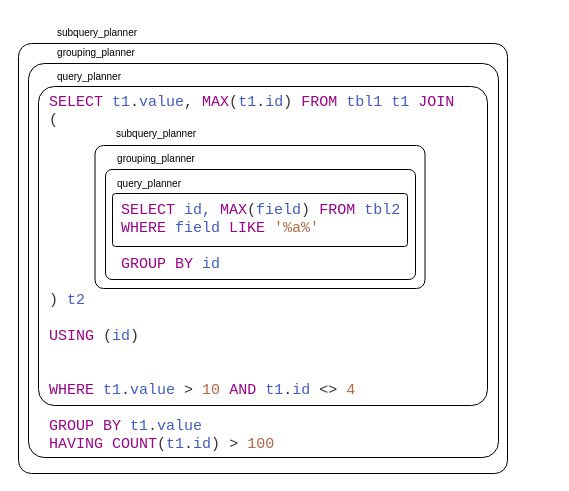
Above: PGBootcamp2024/debugging-postgres-planner/img/source-code-query-correlation.drawio in ashenBlade/tantor-pg-meetups (draw.io), before the change. Source tidied: cells renumbered, new cells numbered last; positions are measured from the earlier drawing's top-left corner, leaving out a move shared by most shapes. Both pictures are drawn from the tidied source at 100%, with x=0, y=0 at pixel (18, 17).
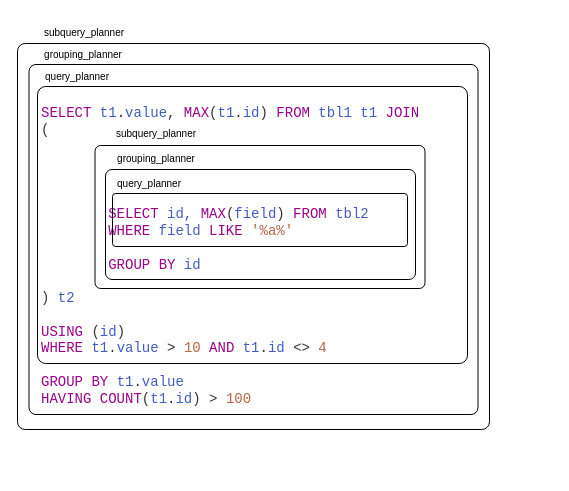
The same diagram, later.

The edit, as a diff of the source:
```diff
@@
 <mxGraphModel>
   <root>
     <mxCell id="0" />
     <mxCell id="1" parent="0" />
+    <mxCell id="9" value="&lt;div style=&quot;font-size: 14px;&quot;&gt;&lt;span style=&quot;background-color: initial; font-size: 14px;&quot;&gt;&lt;font color=&quot;#990488&quot; style=&quot;font-size: 14px;&quot;&gt;SELECT&lt;/font&gt; &lt;font color=&quot;#425dc0&quot; style=&quot;font-size: 14px;&quot;&gt;t1&lt;/font&gt;&lt;font color=&quot;#333333&quot; style=&quot;font-size: 14px;&quot;&gt;.&lt;/font&gt;&lt;font color=&quot;#425dc0&quot; style=&quot;font-size: 14px;&quot;&gt;value&lt;/font&gt;&lt;font color=&quot;#333333&quot; style=&quot;font-size: 14px;&quot;&gt;,&lt;/font&gt;&lt;font color=&quot;#990488&quot; style=&quot;font-size: 14px;&quot;&gt; MAX&lt;/font&gt;&lt;font color=&quot;#333333&quot; style=&quot;font-size: 14px;&quot;&gt;(&lt;/font&gt;&lt;font color=&quot;#425dc0&quot; style=&quot;font-size: 14px;&quot;&gt;t1&lt;/font&gt;&lt;font color=&quot;#333333&quot; style=&quot;font-size: 14px;&quot;&gt;.&lt;/font&gt;&lt;font color=&quot;#425dc0&quot; style=&quot;font-size: 14px;&quot;&gt;id&lt;/font&gt;&lt;font color=&quot;#333333&quot; style=&quot;font-size: 14px;&quot;&gt;)&lt;/font&gt;&lt;font color=&quot;#990488&quot; style=&quot;font-size: 14px;&quot;&gt; FROM&lt;/font&gt; &lt;font color=&quot;#425dc0&quot; style=&quot;font-size: 14px;&quot;&gt;tbl1 t1&lt;/font&gt;&lt;font color=&quot;#990488&quot; style=&quot;font-size: 14px;&quot;&gt;&amp;nbsp;&lt;/font&gt;&lt;/span&gt;&lt;span style=&quot;color: rgb(153, 4, 136); background-color: initial; font-size: 14px;&quot;&gt;JOIN&lt;/span&gt;&lt;/div&gt;&lt;font color=&quot;#333333&quot; style=&quot;font-size: 14px;&quot;&gt;(&lt;/font&gt;&lt;div style=&quot;font-size: 14px;&quot;&gt;&lt;font color=&quot;#333333&quot; style=&quot;font-size: 14px;&quot;&gt;&lt;br style=&quot;font-size: 14px;&quot;&gt;&lt;/font&gt;&lt;div style=&quot;font-size: 14px;&quot;&gt;&lt;font color=&quot;#333333&quot; style=&quot;font-size: 14px;&quot;&gt;&lt;br style=&quot;font-size: 14px;&quot;&gt;&lt;/font&gt;&lt;/div&gt;&lt;div style=&quot;font-size: 14px;&quot;&gt;&lt;font color=&quot;#333333&quot; style=&quot;font-size: 14px;&quot;&gt;&lt;br style=&quot;font-size: 14px;&quot;&gt;&lt;/font&gt;&lt;div style=&quot;font-size: 14px;&quot;&gt;&lt;font color=&quot;#990488&quot; style=&quot;background-color: initial; font-size: 14px;&quot;&gt;&lt;br style=&quot;font-size: 14px;&quot;&gt;&lt;/font&gt;&lt;/div&gt;&lt;div style=&quot;font-size: 14px;&quot;&gt;&lt;font color=&quot;#990488&quot; style=&quot;background-color: initial; font-size: 14px;&quot;&gt;&lt;span style=&quot;white-space: pre; font-size: 14px;&quot;&gt;&#9;&lt;/span&gt;SELECT&lt;/font&gt;&lt;span style=&quot;background-color: initial; font-size: 14px;&quot;&gt; &lt;/span&gt;&lt;font color=&quot;#425dc0&quot; style=&quot;background-color: initial; font-size: 14px;&quot;&gt;id, &lt;/font&gt;&lt;font color=&quot;#990488&quot; style=&quot;background-color: initial; font-size: 14px;&quot;&gt;MAX&lt;/font&gt;&lt;font color=&quot;#333333&quot; style=&quot;background-color: initial; font-size: 14px;&quot;&gt;(&lt;/font&gt;&lt;font color=&quot;#425dc0&quot; style=&quot;background-color: initial; font-size: 14px;&quot;&gt;field&lt;/font&gt;&lt;font color=&quot;#333333&quot; style=&quot;background-color: initial; font-size: 14px;&quot;&gt;)&lt;/font&gt;&lt;span style=&quot;background-color: initial; font-size: 14px;&quot;&gt;&amp;nbsp;&lt;/span&gt;&lt;font color=&quot;#990488&quot; style=&quot;background-color: initial; font-size: 14px;&quot;&gt;FROM&lt;/font&gt;&lt;span style=&quot;background-color: initial; font-size: 14px;&quot;&gt; &lt;/span&gt;&lt;font color=&quot;#425dc0&quot; style=&quot;background-color: initial; font-size: 14px;&quot;&gt;tbl2&lt;/font&gt;&lt;span style=&quot;background-color: initial; font-size: 14px;&quot;&gt;&amp;nbsp;&lt;/span&gt;&lt;div style=&quot;font-size: 14px;&quot;&gt;&lt;div style=&quot;font-size: 14px;&quot;&gt;&lt;font color=&quot;#990488&quot; style=&quot;font-size: 14px;&quot;&gt;&lt;span style=&quot;white-space: pre; font-size: 14px;&quot;&gt;&#9;&lt;/span&gt;WHERE&lt;/font&gt;&lt;span style=&quot;background-color: initial; font-size: 14px;&quot;&gt;&amp;nbsp;&lt;/span&gt;&lt;font color=&quot;#425dc0&quot; style=&quot;background-color: initial; font-size: 14px;&quot;&gt;field &lt;/font&gt;&lt;font color=&quot;#990488&quot; style=&quot;background-color: initial; font-size: 14px;&quot;&gt;LIKE&lt;/font&gt;&lt;font color=&quot;#425dc0&quot; style=&quot;background-color: initial; font-size: 14px;&quot;&gt; &lt;/font&gt;&lt;font color=&quot;#b36844&quot; style=&quot;background-color: initial; font-size: 14px;&quot;&gt;'%a%'&lt;/font&gt;&lt;/div&gt;&lt;div style=&quot;font-size: 14px;&quot;&gt;&lt;br style=&quot;font-size: 14px;&quot;&gt;&lt;/div&gt;&lt;div style=&quot;font-size: 14px;&quot;&gt;&lt;font color=&quot;#990488&quot; style=&quot;font-size: 14px;&quot;&gt;&lt;span style=&quot;white-space: pre; font-size: 14px;&quot;&gt;&#9;&lt;/span&gt;GROUP BY&lt;/font&gt;&lt;font color=&quot;#425dc0&quot; style=&quot;font-size: 14px;&quot;&gt; id&lt;/font&gt;&lt;/div&gt;&lt;div style=&quot;font-size: 14px;&quot;&gt;&lt;font color=&quot;#333333&quot; style=&quot;background-color: initial; font-size: 14px;&quot;&gt;&lt;br style=&quot;font-size: 14px;&quot;&gt;&lt;/font&gt;&lt;/div&gt;&lt;div style=&quot;font-size: 14px;&quot;&gt;&lt;font color=&quot;#333333&quot; style=&quot;background-color: initial; font-size: 14px;&quot;&gt;)&lt;/font&gt;&lt;font color=&quot;#990488&quot; style=&quot;background-color: initial; font-size: 14px;&quot;&gt; &lt;/font&gt;&lt;font color=&quot;#425dc0&quot; style=&quot;background-color: initial; font-size: 14px;&quot;&gt;t2&lt;/font&gt;&lt;br style=&quot;font-size: 14px;&quot;&gt;&lt;/div&gt;&lt;div style=&quot;font-size: 14px;&quot;&gt;&lt;div style=&quot;font-size: 14px;&quot;&gt;&lt;font color=&quot;#990488&quot; style=&quot;font-size: 14px;&quot;&gt;&lt;br style=&quot;font-size: 14px;&quot;&gt;&lt;/font&gt;&lt;/div&gt;&lt;div style=&quot;font-size: 14px;&quot;&gt;&lt;font color=&quot;#990488&quot; style=&quot;font-size: 14px;&quot;&gt;USING &lt;/font&gt;&lt;font color=&quot;#333333&quot; style=&quot;font-size: 14px;&quot;&gt;(&lt;/font&gt;&lt;font color=&quot;#425dc0&quot; style=&quot;font-size: 14px;&quot;&gt;id&lt;/font&gt;&lt;font color=&quot;#333333&quot; style=&quot;font-size: 14px;&quot;&gt;)&lt;/font&gt;&lt;/div&gt;&lt;div style=&quot;font-size: 14px;&quot;&gt;&lt;font color=&quot;#990488&quot; style=&quot;font-size: 14px;&quot;&gt;WHERE &lt;/font&gt;&lt;font color=&quot;#425dc0&quot; style=&quot;font-size: 14px;&quot;&gt;t1&lt;/font&gt;&lt;font color=&quot;#333333&quot; style=&quot;font-size: 14px;&quot;&gt;.&lt;/font&gt;&lt;font color=&quot;#425dc0&quot; style=&quot;font-size: 14px;&quot;&gt;value&lt;/font&gt;&lt;font color=&quot;#990488&quot; style=&quot;font-size: 14px;&quot;&gt; &lt;/font&gt;&lt;font color=&quot;#333333&quot; style=&quot;font-size: 14px;&quot;&gt;&amp;gt;&lt;/font&gt;&lt;font color=&quot;#990488&quot; style=&quot;font-size: 14px;&quot;&gt; &lt;/font&gt;&lt;font color=&quot;#b36844&quot; style=&quot;font-size: 14px;&quot;&gt;10 &lt;/font&gt;&lt;font color=&quot;#990488&quot; style=&quot;font-size: 14px;&quot;&gt;AND&lt;/font&gt;&lt;font color=&quot;#b36844&quot; style=&quot;font-size: 14px;&quot;&gt; &lt;/font&gt;&lt;font color=&quot;#425dc0&quot; style=&quot;font-size: 14px;&quot;&gt;t1&lt;/font&gt;&lt;font color=&quot;#333333&quot; style=&quot;font-size: 14px;&quot;&gt;.&lt;/font&gt;&lt;font color=&quot;#425dc0&quot; style=&quot;font-size: 14px;&quot;&gt;id&lt;/font&gt;&lt;font color=&quot;#b36844&quot; style=&quot;font-size: 14px;&quot;&gt; &lt;/font&gt;&lt;font color=&quot;#333333&quot; style=&quot;font-size: 14px;&quot;&gt;&amp;lt;&amp;gt;&lt;/font&gt;&lt;font color=&quot;#b36844&quot; style=&quot;font-size: 14px;&quot;&gt; 4&lt;/font&gt;&lt;/div&gt;&lt;div style=&quot;font-size: 14px;&quot;&gt;&lt;font color=&quot;#990488&quot; style=&quot;font-size: 14px;&quot;&gt;&lt;br style=&quot;font-size: 14px;&quot;&gt;GROUP BY &lt;/font&gt;&lt;font color=&quot;#425dc0&quot; style=&quot;font-size: 14px;&quot;&gt;t1&lt;/font&gt;&lt;font color=&quot;#333333&quot; style=&quot;font-size: 14px;&quot;&gt;.&lt;/font&gt;&lt;font color=&quot;#425dc0&quot; style=&quot;font-size: 14px;&quot;&gt;value&lt;/font&gt;&lt;/div&gt;&lt;div style=&quot;font-size: 14px;&quot;&gt;&lt;font color=&quot;#990488&quot; style=&quot;font-size: 14px;&quot;&gt;HAVING COUNT&lt;/font&gt;&lt;font color=&quot;#333333&quot; style=&quot;font-size: 14px;&quot;&gt;(&lt;/font&gt;&lt;font color=&quot;#425dc0&quot; style=&quot;font-size: 14px;&quot;&gt;t1&lt;/font&gt;&lt;font color=&quot;#333333&quot; style=&quot;font-size: 14px;&quot;&gt;.&lt;/font&gt;&lt;font color=&quot;#425dc0&quot; style=&quot;font-size: 14px;&quot;&gt;id&lt;/font&gt;&lt;font color=&quot;#333333&quot; style=&quot;font-size: 14px;&quot;&gt;)&lt;/font&gt;&lt;font color=&quot;#990488&quot; style=&quot;font-size: 14px;&quot;&gt; &lt;/font&gt;&lt;font color=&quot;#333333&quot; style=&quot;font-size: 14px;&quot;&gt;&amp;gt;&lt;/font&gt;&lt;font color=&quot;#990488&quot; style=&quot;font-size: 14px;&quot;&gt; &lt;/font&gt;&lt;font color=&quot;#b36844&quot; style=&quot;font-size: 14px;&quot;&gt;100&lt;/font&gt;&lt;/div&gt;&lt;/div&gt;&lt;/div&gt;&lt;/div&gt;&lt;/div&gt;&lt;/div&gt;" style="text;html=1;align=left;verticalAlign=middle;whiteSpace=wrap;rounded=0;fontFamily=Courier New;shadow=0;horizontal=1;spacing=2;fontSize=14;" parent="1" vertex="1">
+      <mxGeometry x="20.5" y="44" width="448.5" height="390" as="geometry" />
+    </mxCell>
     <mxCell id="2" value="subquery_planner" style="text;html=1;align=center;verticalAlign=middle;whiteSpace=wrap;rounded=0;fontSize=10;" parent="1" vertex="1">
-      <mxGeometry x="32" width="94" height="30" as="geometry" />
+      <mxGeometry x="19" width="94" height="30" as="geometry" />
     </mxCell>
-    <mxCell id="3" style="rounded=1;whiteSpace=wrap;html=1;fillColor=none;align=left;verticalAlign=top;arcSize=4;" parent="1" vertex="1">
-      <mxGeometry x="10" y="46" width="470" height="394" as="geometry" />
+    <mxCell id="3" style="rounded=1;whiteSpace=wrap;html=1;fillColor=none;align=left;verticalAlign=top;arcSize=2;" parent="1" vertex="1">
+      <mxGeometry x="10.5" y="47" width="449" height="350" as="geometry" />
     </mxCell>
     <mxCell id="4" value="query_planner" style="text;html=1;align=center;verticalAlign=middle;whiteSpace=wrap;rounded=0;fontSize=10;" parent="1" vertex="1">
-      <mxGeometry x="29" y="44" width="84" height="30" as="geometry" />
+      <mxGeometry x="17" y="44" width="84" height="30" as="geometry" />
     </mxCell>
-    <mxCell id="5" style="rounded=1;whiteSpace=wrap;html=1;fillColor=none;align=left;verticalAlign=top;arcSize=3;" parent="1" vertex="1">
-      <mxGeometry y="26" width="489" height="430" as="geometry" />
+    <mxCell id="5" style="rounded=1;whiteSpace=wrap;html=1;fillColor=none;align=left;verticalAlign=top;arcSize=2;" parent="1" vertex="1">
+      <mxGeometry x="-1" y="26" width="472" height="386" as="geometry" />
     </mxCell>
     <mxCell id="6" value="grouping_planner" style="text;html=1;align=center;verticalAlign=middle;whiteSpace=wrap;rounded=0;fontSize=10;" parent="1" vertex="1">
-      <mxGeometry x="34" y="20" width="88" height="30" as="geometry" />
+      <mxGeometry x="20.5" y="22" width="88" height="30" as="geometry" />
     </mxCell>
-    <mxCell id="7" style="rounded=1;whiteSpace=wrap;html=1;fillColor=none;align=left;verticalAlign=top;arcSize=5;" parent="1" vertex="1">
-      <mxGeometry x="20" y="69" width="449" height="319" as="geometry" />
+    <mxCell id="7" style="rounded=1;whiteSpace=wrap;html=1;fillColor=none;align=left;verticalAlign=top;arcSize=3;" parent="1" vertex="1">
+      <mxGeometry x="19" y="69" width="430" height="277" as="geometry" />
     </mxCell>
     <mxCell id="8" value="subquery_planner" style="text;html=1;align=center;verticalAlign=middle;whiteSpace=wrap;rounded=0;fontSize=10;" parent="1" vertex="1">
       <mxGeometry x="87" y="101" width="102" height="30" as="geometry" />
     </mxCell>
-    <mxCell id="9" value="&lt;div style=&quot;font-size: 15px;&quot;&gt;&lt;span style=&quot;background-color: initial; font-size: 15px;&quot;&gt;&lt;font color=&quot;#990488&quot;&gt;SELECT&lt;/font&gt; &lt;font color=&quot;#425dc0&quot;&gt;t1&lt;/font&gt;&lt;font color=&quot;#333333&quot;&gt;.&lt;/font&gt;&lt;font color=&quot;#425dc0&quot;&gt;value&lt;/font&gt;&lt;font color=&quot;#333333&quot;&gt;,&lt;/font&gt;&lt;font color=&quot;#990488&quot;&gt; MAX&lt;/font&gt;&lt;font color=&quot;#333333&quot;&gt;(&lt;/font&gt;&lt;font color=&quot;#425dc0&quot;&gt;t1&lt;/font&gt;&lt;font color=&quot;#333333&quot;&gt;.&lt;/font&gt;&lt;font color=&quot;#425dc0&quot;&gt;id&lt;/font&gt;&lt;font color=&quot;#333333&quot;&gt;)&lt;/font&gt;&lt;font color=&quot;#990488&quot;&gt; FROM&lt;/font&gt; &lt;font color=&quot;#425dc0&quot;&gt;tbl1 t1&lt;/font&gt;&lt;font color=&quot;#990488&quot;&gt;&amp;nbsp;&lt;/font&gt;&lt;/span&gt;&lt;span style=&quot;color: rgb(153, 4, 136); background-color: initial; font-size: 15px;&quot;&gt;JOIN&lt;/span&gt;&lt;/div&gt;&lt;font color=&quot;#333333&quot;&gt;(&lt;/font&gt;&lt;div&gt;&lt;font color=&quot;#333333&quot;&gt;&lt;br&gt;&lt;/font&gt;&lt;div&gt;&lt;font color=&quot;#333333&quot;&gt;&lt;br&gt;&lt;/font&gt;&lt;/div&gt;&lt;div&gt;&lt;font color=&quot;#333333&quot;&gt;&lt;br&gt;&lt;/font&gt;&lt;div&gt;&lt;font style=&quot;background-color: initial;&quot; color=&quot;#990488&quot;&gt;&lt;br&gt;&lt;/font&gt;&lt;/div&gt;&lt;div&gt;&lt;font style=&quot;background-color: initial;&quot; color=&quot;#990488&quot;&gt;&lt;span style=&quot;white-space: pre;&quot;&gt;&#9;&lt;/span&gt;SELECT&lt;/font&gt;&lt;span style=&quot;background-color: initial;&quot;&gt; &lt;/span&gt;&lt;font style=&quot;background-color: initial;&quot; color=&quot;#425dc0&quot;&gt;id, &lt;/font&gt;&lt;font style=&quot;background-color: initial;&quot; color=&quot;#990488&quot;&gt;MAX&lt;/font&gt;&lt;font style=&quot;background-color: initial;&quot; color=&quot;#333333&quot;&gt;(&lt;/font&gt;&lt;font style=&quot;background-color: initial;&quot; color=&quot;#425dc0&quot;&gt;field&lt;/font&gt;&lt;font style=&quot;background-color: initial;&quot; color=&quot;#333333&quot;&gt;)&lt;/font&gt;&lt;span style=&quot;background-color: initial;&quot;&gt;&amp;nbsp;&lt;/span&gt;&lt;font style=&quot;background-color: initial;&quot; color=&quot;#990488&quot;&gt;FROM&lt;/font&gt;&lt;span style=&quot;background-color: initial;&quot;&gt; &lt;/span&gt;&lt;font style=&quot;background-color: initial;&quot; color=&quot;#425dc0&quot;&gt;tbl2&lt;/font&gt;&lt;span style=&quot;background-color: initial;&quot;&gt;&amp;nbsp;&lt;/span&gt;&lt;div&gt;&lt;div&gt;&lt;font color=&quot;#990488&quot;&gt;&lt;span style=&quot;white-space: pre;&quot;&gt;&#9;&lt;/span&gt;WHERE&lt;/font&gt;&lt;span style=&quot;background-color: initial;&quot;&gt;&amp;nbsp;&lt;/span&gt;&lt;font style=&quot;background-color: initial;&quot; color=&quot;#425dc0&quot;&gt;field &lt;/font&gt;&lt;font style=&quot;background-color: initial;&quot; color=&quot;#990488&quot;&gt;LIKE&lt;/font&gt;&lt;font style=&quot;background-color: initial;&quot; color=&quot;#425dc0&quot;&gt; &lt;/font&gt;&lt;font style=&quot;background-color: initial;&quot; color=&quot;#b36844&quot;&gt;'%a%'&lt;/font&gt;&lt;/div&gt;&lt;div&gt;&lt;br&gt;&lt;/div&gt;&lt;div&gt;&lt;font color=&quot;#990488&quot;&gt;&lt;span style=&quot;white-space: pre;&quot;&gt;&#9;&lt;/span&gt;GROUP BY&lt;/font&gt;&lt;font color=&quot;#425dc0&quot;&gt; id&lt;/font&gt;&lt;/div&gt;&lt;div&gt;&lt;font style=&quot;background-color: initial;&quot; color=&quot;#333333&quot;&gt;&lt;br&gt;&lt;/font&gt;&lt;/div&gt;&lt;div&gt;&lt;font style=&quot;background-color: initial;&quot; color=&quot;#333333&quot;&gt;)&lt;/font&gt;&lt;font style=&quot;background-color: initial;&quot; color=&quot;#990488&quot;&gt; &lt;/font&gt;&lt;font style=&quot;background-color: initial;&quot; color=&quot;#425dc0&quot;&gt;t2&lt;/font&gt;&lt;br&gt;&lt;/div&gt;&lt;div&gt;&lt;div&gt;&lt;font color=&quot;#990488&quot;&gt;&lt;br&gt;&lt;/font&gt;&lt;/div&gt;&lt;div&gt;&lt;font color=&quot;#990488&quot;&gt;USING &lt;/font&gt;&lt;font color=&quot;#333333&quot;&gt;(&lt;/font&gt;&lt;font color=&quot;#425dc0&quot;&gt;id&lt;/font&gt;&lt;font color=&quot;#333333&quot;&gt;)&lt;/font&gt;&lt;/div&gt;&lt;div&gt;&lt;font color=&quot;#990488&quot;&gt;&lt;br&gt;&lt;/font&gt;&lt;/div&gt;&lt;div&gt;&lt;font color=&quot;#990488&quot;&gt;&lt;br&gt;&lt;/font&gt;&lt;/div&gt;&lt;div&gt;&lt;font color=&quot;#990488&quot;&gt;WHERE &lt;/font&gt;&lt;font color=&quot;#425dc0&quot;&gt;t1&lt;/font&gt;&lt;font color=&quot;#333333&quot;&gt;.&lt;/font&gt;&lt;font color=&quot;#425dc0&quot;&gt;value&lt;/font&gt;&lt;font color=&quot;#990488&quot;&gt; &lt;/font&gt;&lt;font color=&quot;#333333&quot;&gt;&amp;gt;&lt;/font&gt;&lt;font color=&quot;#990488&quot;&gt; &lt;/font&gt;&lt;font color=&quot;#b36844&quot;&gt;10 &lt;/font&gt;&lt;font color=&quot;#990488&quot;&gt;AND&lt;/font&gt;&lt;font color=&quot;#b36844&quot;&gt; &lt;/font&gt;&lt;font color=&quot;#425dc0&quot;&gt;t1&lt;/font&gt;&lt;font color=&quot;#333333&quot;&gt;.&lt;/font&gt;&lt;font color=&quot;#425dc0&quot;&gt;id&lt;/font&gt;&lt;font color=&quot;#b36844&quot;&gt; &lt;/font&gt;&lt;font color=&quot;#333333&quot;&gt;&amp;lt;&amp;gt;&lt;/font&gt;&lt;font color=&quot;#b36844&quot;&gt; 4&lt;/font&gt;&lt;/div&gt;&lt;div&gt;&lt;font color=&quot;#990488&quot;&gt;&lt;br style=&quot;font-size: 15px;&quot;&gt;GROUP BY &lt;/font&gt;&lt;font color=&quot;#425dc0&quot;&gt;t1&lt;/font&gt;&lt;font color=&quot;#333333&quot;&gt;.&lt;/font&gt;&lt;font color=&quot;#425dc0&quot;&gt;value&lt;/font&gt;&lt;/div&gt;&lt;div&gt;&lt;font color=&quot;#990488&quot;&gt;HAVING COUNT&lt;/font&gt;&lt;font color=&quot;#333333&quot;&gt;(&lt;/font&gt;&lt;font color=&quot;#425dc0&quot;&gt;t1&lt;/font&gt;&lt;font color=&quot;#333333&quot;&gt;.&lt;/font&gt;&lt;font color=&quot;#425dc0&quot;&gt;id&lt;/font&gt;&lt;font color=&quot;#333333&quot;&gt;)&lt;/font&gt;&lt;font color=&quot;#990488&quot;&gt; &lt;/font&gt;&lt;font color=&quot;#333333&quot;&gt;&amp;gt;&lt;/font&gt;&lt;font color=&quot;#990488&quot;&gt; &lt;/font&gt;&lt;font color=&quot;#b36844&quot;&gt;100&lt;/font&gt;&lt;/div&gt;&lt;/div&gt;&lt;/div&gt;&lt;/div&gt;&lt;/div&gt;&lt;/div&gt;" style="text;html=1;align=left;verticalAlign=middle;whiteSpace=wrap;rounded=0;fontFamily=Courier New;shadow=0;horizontal=1;spacing=2;fontSize=15;" parent="1" vertex="1">
-      <mxGeometry x="29" y="61" width="504" height="390" as="geometry" />
-    </mxCell>
     <mxCell id="10" style="rounded=1;whiteSpace=wrap;html=1;fillColor=none;align=left;verticalAlign=top;arcSize=6;" parent="1" vertex="1">
       <mxGeometry x="94" y="176" width="295" height="53" as="geometry" />
     </mxCell>
+    <mxCell id="14" style="rounded=1;whiteSpace=wrap;html=1;fillColor=none;align=left;verticalAlign=top;arcSize=4;" parent="1" vertex="1">
+      <mxGeometry x="76.5" y="128" width="330" height="143" as="geometry" />
+    </mxCell>
     <mxCell id="11" value="query_planner" style="text;html=1;align=center;verticalAlign=middle;whiteSpace=wrap;rounded=0;fontSize=10;" parent="1" vertex="1">
       <mxGeometry x="89" y="151" width="84" height="30" as="geometry" />
     </mxCell>
     <mxCell id="12" style="rounded=1;whiteSpace=wrap;html=1;fillColor=none;align=left;verticalAlign=top;arcSize=6;" parent="1" vertex="1">
       <mxGeometry x="87" y="152" width="310" height="110" as="geometry" />
     </mxCell>
     <mxCell id="13" value="grouping_planner" style="text;html=1;align=center;verticalAlign=middle;whiteSpace=wrap;rounded=0;fontSize=10;" parent="1" vertex="1">
       <mxGeometry x="94" y="126" width="88" height="30" as="geometry" />
     </mxCell>
-    <mxCell id="14" style="rounded=1;whiteSpace=wrap;html=1;fillColor=none;align=left;verticalAlign=top;arcSize=6;" parent="1" vertex="1">
-      <mxGeometry x="76.5" y="128" width="330" height="143" as="geometry" />
-    </mxCell>
   </root>
 </mxGraphModel>
```
